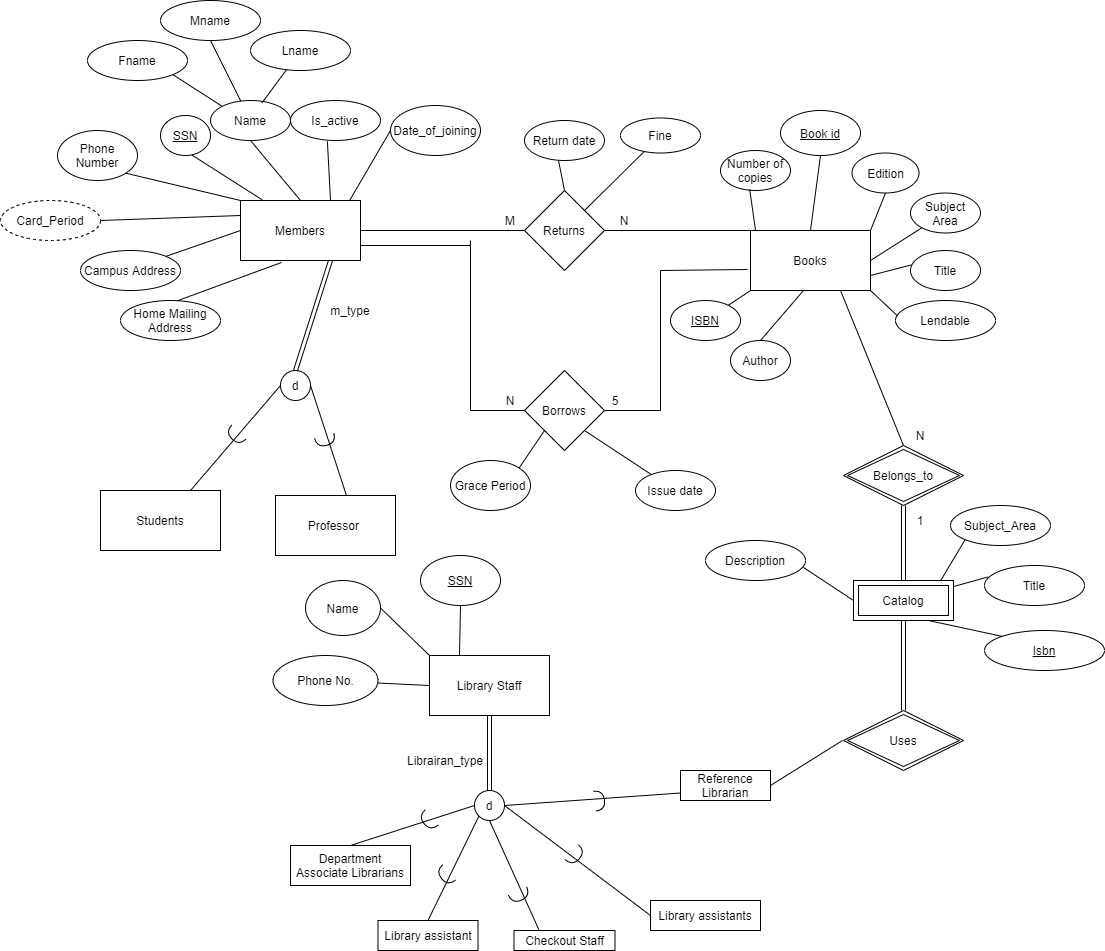
Before: er.png, a diagram exported from draw.io (aditpatil10/Library-Management-System). Source tidied: cells renumbered, new cells last; positions are measured from the earlier drawing's top-left corner, leaving out a move shared by most shapes.
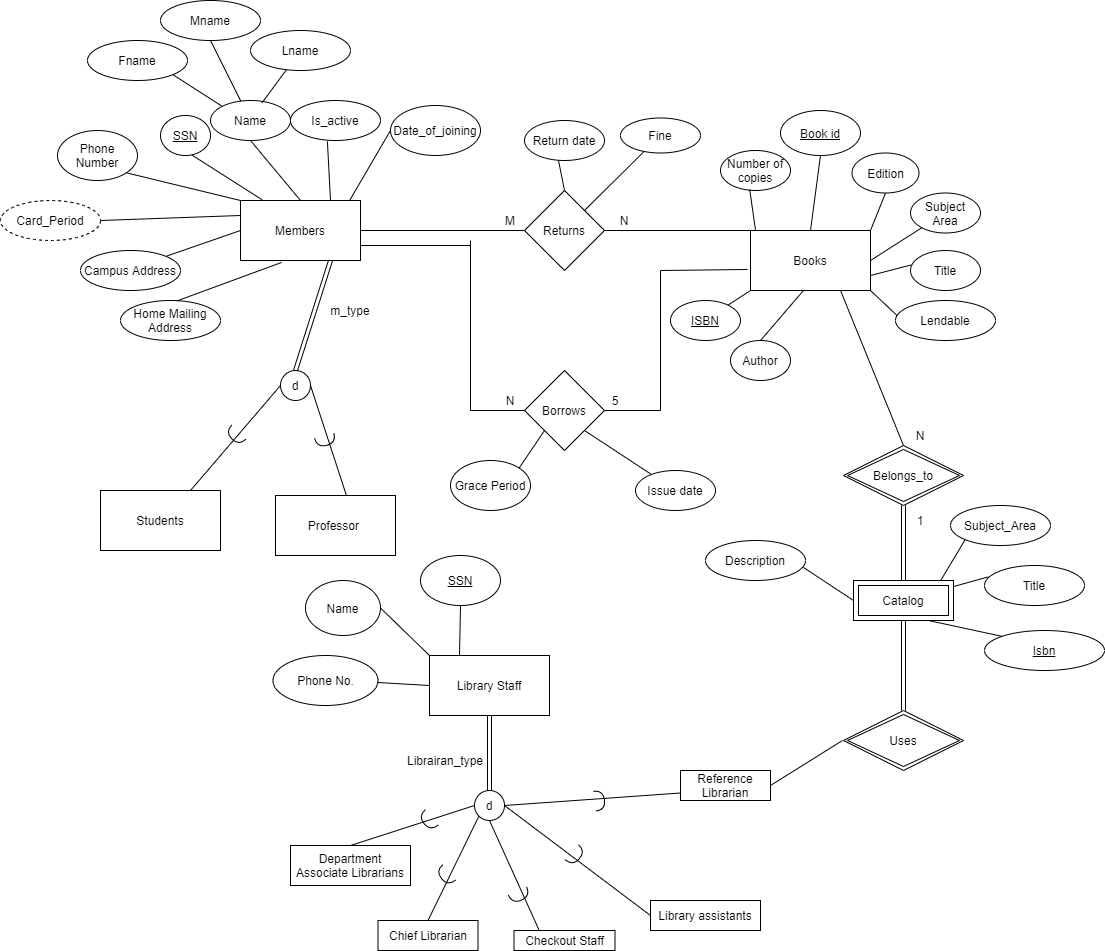
Later version of the same file.

Change to the diagram source:
```diff
@@ -109,7 +109,7 @@
     <mxCell id="36" value="Department Associate Librarians" style="rounded=0;whiteSpace=wrap;html=1;" parent="1" vertex="1">
       <mxGeometry x="290" y="845" width="120" height="40" as="geometry" />
     </mxCell>
-    <mxCell id="37" value="Library assistant" style="rounded=0;whiteSpace=wrap;html=1;" parent="1" vertex="1">
+    <mxCell id="37" value="Chief Librarian" style="rounded=0;whiteSpace=wrap;html=1;" parent="1" vertex="1">
       <mxGeometry x="377.5" y="920" width="100" height="30" as="geometry" />
     </mxCell>
     <mxCell id="38" value="Library assistants" style="rounded=0;whiteSpace=wrap;html=1;" parent="1" vertex="1">
```
